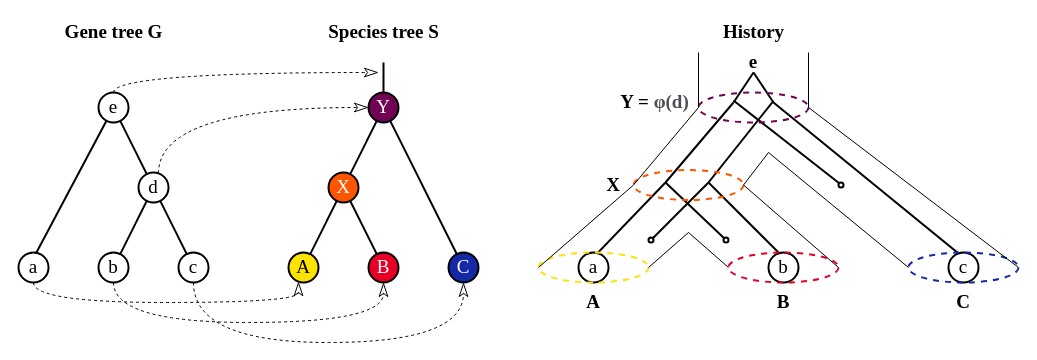
The draw.io diagram latex_diploma_thesis/figures/reconciliation.drawio in mihalova/diploma_thesis, before the edit. Source tidied: cells renumbered, new cells numbered last; positions are measured from the earlier drawing's top-left corner, leaving out a move shared by most shapes. Both pictures are drawn from the tidied source at 100%, with x=0, y=0 at pixel (18, 17).
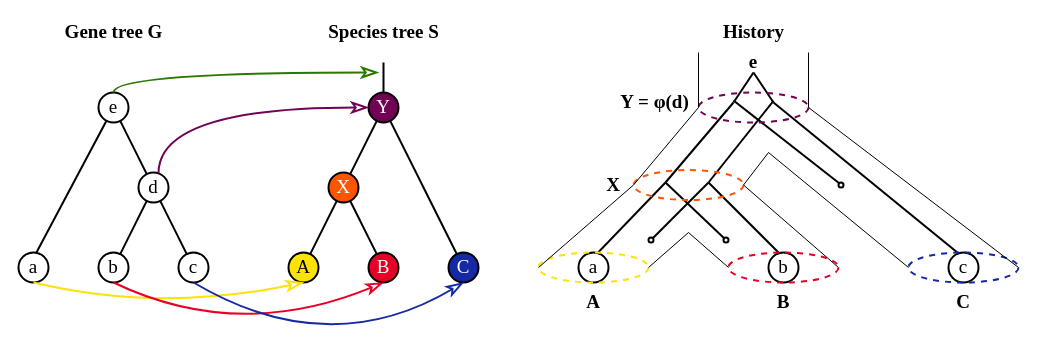
The same page after the edit.

The change refers to these unchanged cells:
```xml
<mxCell id="9" value="&lt;font style=&quot;font-size: 19px;&quot;&gt;a&lt;/font&gt;" style="ellipse;whiteSpace=wrap;html=1;strokeWidth=2;fontSize=19;fontFamily=Times New Roman;" parent="1" vertex="1">
  <mxGeometry y="235" width="30" height="30" as="geometry" />
</mxCell>
<mxCell id="10" value="&lt;font style=&quot;font-size: 19px;&quot;&gt;b&lt;/font&gt;" style="ellipse;whiteSpace=wrap;html=1;strokeWidth=2;fontSize=19;fontFamily=Times New Roman;" parent="1" vertex="1">
  <mxGeometry x="80" y="235" width="30" height="30" as="geometry" />
</mxCell>
<mxCell id="11" value="&lt;font style=&quot;font-size: 19px;&quot;&gt;c&lt;/font&gt;" style="ellipse;whiteSpace=wrap;html=1;strokeWidth=2;fontSize=19;fontFamily=Times New Roman;" parent="1" vertex="1">
  <mxGeometry x="160" y="235" width="30" height="30" as="geometry" />
</mxCell>
<mxCell id="12" value="&lt;font style=&quot;font-size: 19px;&quot;&gt;d&lt;/font&gt;" style="ellipse;whiteSpace=wrap;html=1;strokeWidth=2;fontSize=19;fontFamily=Times New Roman;" parent="1" vertex="1">
  <mxGeometry x="120" y="155" width="30" height="30" as="geometry" />
</mxCell>
<mxCell id="13" value="&lt;font style=&quot;font-size: 19px;&quot;&gt;e&lt;/font&gt;" style="ellipse;whiteSpace=wrap;html=1;strokeWidth=2;fontSize=19;fontFamily=Times New Roman;" parent="1" vertex="1">
  <mxGeometry x="80" y="75" width="30" height="30" as="geometry" />
</mxCell>
```

What changed in the source:
```diff
@@
-    <mxCell id="17" value="&lt;font style=&quot;font-size: 19px;&quot;&gt;A&lt;/font&gt;" style="ellipse;whiteSpace=wrap;html=1;strokeWidth=2;fillColor=#FCE205;strokeColor=#000000;fontColor=#000000;fontSize=19;fontFamily=Times New Roman;" parent="1" vertex="1">
+    <mxCell id="17" value="&lt;font style=&quot;font-size: 19px;&quot;&gt;A&lt;/font&gt;" style="ellipse;whiteSpace=wrap;html=1;strokeWidth=2;strokeColor=#000000;fontColor=#000000;fontSize=19;fontFamily=Times New Roman;fillColor=#FCE205;" parent="1" vertex="1">
       <mxGeometry x="270" y="235" width="30" height="30" as="geometry" />
     </mxCell>
-    <mxCell id="18" value="&lt;font style=&quot;font-size: 19px;&quot;&gt;B&lt;/font&gt;" style="ellipse;whiteSpace=wrap;html=1;strokeWidth=2;fillColor=#E60026;fontColor=#FFFFFF;fontSize=19;fontFamily=Times New Roman;" parent="1" vertex="1">
+    <mxCell id="18" value="&lt;font style=&quot;font-size: 19px;&quot;&gt;B&lt;/font&gt;" style="ellipse;whiteSpace=wrap;html=1;strokeWidth=2;fontColor=#FFFFFF;fontSize=19;fontFamily=Times New Roman;fillColor=#E60026;" parent="1" vertex="1">
       <mxGeometry x="350" y="235" width="30" height="30" as="geometry" />
     </mxCell>
-    <mxCell id="19" value="&lt;font style=&quot;font-size: 19px;&quot;&gt;C&lt;/font&gt;" style="ellipse;whiteSpace=wrap;html=1;strokeWidth=2;fillColor=#1529A4;fontColor=#FFFFFF;fontSize=19;fontFamily=Times New Roman;" parent="1" vertex="1">
+    <mxCell id="19" value="&lt;font style=&quot;font-size: 19px;&quot;&gt;C&lt;/font&gt;" style="ellipse;whiteSpace=wrap;html=1;strokeWidth=2;fontColor=#FFFFFF;fontSize=19;fontFamily=Times New Roman;fillColor=#1529A4;" parent="1" vertex="1">
       <mxGeometry x="430" y="235" width="30" height="30" as="geometry" />
     </mxCell>
@@
-    <mxCell id="21" value="&lt;font style=&quot;font-size: 19px;&quot;&gt;Y&lt;/font&gt;" style="ellipse;whiteSpace=wrap;html=1;strokeWidth=2;fillColor=#700353;fontColor=#FFFFFF;fontSize=19;fontFamily=Times New Roman;" parent="1" vertex="1">
+    <mxCell id="21" value="&lt;font style=&quot;font-size: 19px;&quot;&gt;Y&lt;/font&gt;" style="ellipse;whiteSpace=wrap;html=1;strokeWidth=2;fontColor=#FFFFFF;fontSize=19;fontFamily=Times New Roman;fillColor=#700353;" parent="1" vertex="1">
       <mxGeometry x="350" y="75" width="30" height="30" as="geometry" />
     </mxCell>
@@
-    <mxCell id="24" style="endArrow=classicThin;dashed=1;endFill=0;endSize=12;html=1;strokeWidth=1;edgeStyle=orthogonalEdgeStyle;sourcePerimeterSpacing=0;fontSize=19;curved=1;fontFamily=Times New Roman;" parent="1" edge="1" source="9" target="17">
+    <mxCell id="24" style="endArrow=classicThin;endFill=0;endSize=12;html=1;strokeWidth=2;sourcePerimeterSpacing=0;fontSize=19;fontFamily=Times New Roman;strokeColor=#FCE205;curved=1;exitX=0.5;exitY=1;exitDx=0;exitDy=0;entryX=0.5;entryY=1;entryDx=0;entryDy=0;" parent="1" edge="1" source="9" target="17">
       <mxGeometry relative="1" as="geometry">
         <Array as="points">
-          <mxPoint x="15" y="285" />
-          <mxPoint x="280" y="285" />
+          <mxPoint x="140" y="295" />
         </Array>
       </mxGeometry>
     </mxCell>
-    <mxCell id="25" style="endArrow=classicThin;dashed=1;endFill=0;endSize=12;html=1;strokeWidth=1;edgeStyle=orthogonalEdgeStyle;curved=1;sourcePerimeterSpacing=0;fontSize=19;fontFamily=Times New Roman;" parent="1" edge="1" source="10" target="18">
+    <mxCell id="25" style="endArrow=classicThin;endFill=0;endSize=12;html=1;strokeWidth=2;sourcePerimeterSpacing=0;fontSize=19;fontFamily=Times New Roman;strokeColor=#E60026;curved=1;exitX=0.5;exitY=1;exitDx=0;exitDy=0;entryX=0.5;entryY=1;entryDx=0;entryDy=0;" parent="1" edge="1" source="10" target="18">
       <mxGeometry relative="1" as="geometry">
         <Array as="points">
-          <mxPoint x="95" y="305" />
-          <mxPoint x="365" y="305" />
+          <mxPoint x="220" y="325" />
         </Array>
       </mxGeometry>
     </mxCell>
-    <mxCell id="26" style="endArrow=classicThin;dashed=1;endFill=0;endSize=12;html=1;strokeWidth=1;edgeStyle=orthogonalEdgeStyle;curved=1;sourcePerimeterSpacing=0;entryX=0.5;entryY=1;entryDx=0;entryDy=0;fontSize=19;fontFamily=Times New Roman;" parent="1" edge="1" source="11" target="19">
+    <mxCell id="26" style="endArrow=classicThin;endFill=0;endSize=12;html=1;strokeWidth=2;sourcePerimeterSpacing=0;entryX=0.5;entryY=1;entryDx=0;entryDy=0;fontSize=19;fontFamily=Times New Roman;strokeColor=#1529A4;curved=1;exitX=0.5;exitY=1;exitDx=0;exitDy=0;" parent="1" edge="1" source="11" target="19">
       <mxGeometry relative="1" as="geometry">
         <Array as="points">
-          <mxPoint x="175" y="325" />
-          <mxPoint x="445" y="325" />
+          <mxPoint x="310" y="345" />
         </Array>
       </mxGeometry>
     </mxCell>
-    <mxCell id="27" style="endArrow=classicThin;dashed=1;endFill=0;endSize=12;html=1;strokeWidth=1;edgeStyle=orthogonalEdgeStyle;curved=1;sourcePerimeterSpacing=0;fontSize=19;fontFamily=Times New Roman;" parent="1" edge="1" source="12" target="21">
+    <mxCell id="27" style="endArrow=classicThin;endFill=0;endSize=12;html=1;strokeWidth=2;edgeStyle=orthogonalEdgeStyle;curved=1;sourcePerimeterSpacing=0;fontSize=19;fontFamily=Times New Roman;strokeColor=#700353;" parent="1" edge="1" source="12" target="21">
       <mxGeometry relative="1" as="geometry">
         <Array as="points">
           <mxPoint x="140" y="90" />
         </Array>
       </mxGeometry>
     </mxCell>
-    <mxCell id="28" style="endArrow=classicThin;dashed=1;endFill=0;endSize=12;html=1;strokeWidth=1;edgeStyle=orthogonalEdgeStyle;curved=1;sourcePerimeterSpacing=0;fontSize=19;fontFamily=Times New Roman;" parent="1" edge="1" source="13">
+    <mxCell id="28" style="endArrow=classicThin;endFill=0;endSize=12;html=1;strokeWidth=2;edgeStyle=orthogonalEdgeStyle;curved=1;sourcePerimeterSpacing=0;fontSize=19;fontFamily=Times New Roman;fillColor=#60a917;strokeColor=#2D7600;" parent="1" edge="1" source="13">
       <mxGeometry relative="1" as="geometry">
         <mxPoint x="360" y="55" as="targetPoint" />
         <Array as="points">
           <mxPoint x="95" y="55" />
         </Array>
       </mxGeometry>
     </mxCell>
@@
-    <mxCell id="58" value="&lt;b style=&quot;font-size: 19px;&quot;&gt;&lt;font style=&quot;font-size: 19px;&quot;&gt;Y =&amp;nbsp;&lt;/font&gt;&lt;span style=&quot;color: rgb(77, 81, 86); font-size: 19px; text-align: left; background-color: rgb(255, 255, 255);&quot;&gt;&lt;font style=&quot;font-size: 19px;&quot;&gt;φ(d)&lt;/font&gt;&lt;/span&gt;&lt;/b&gt;&lt;font style=&quot;font-size: 19px;&quot;&gt;&lt;b style=&quot;font-size: 19px;&quot;&gt;&lt;br style=&quot;font-size: 19px;&quot;&gt;&lt;/b&gt;&lt;/font&gt;" style="text;html=1;strokeColor=none;fillColor=none;align=center;verticalAlign=middle;whiteSpace=wrap;rounded=0;fontSize=19;fontFamily=Times New Roman;" parent="1" vertex="1">
+    <mxCell id="58" value="&lt;b style=&quot;font-size: 19px&quot;&gt;&lt;font style=&quot;font-size: 19px&quot;&gt;Y =&amp;nbsp;&lt;/font&gt;&lt;span style=&quot;font-size: 19px ; text-align: left ; background-color: rgb(255 , 255 , 255)&quot;&gt;&lt;font style=&quot;font-size: 19px&quot;&gt;φ(d)&lt;/font&gt;&lt;/span&gt;&lt;/b&gt;&lt;font style=&quot;font-size: 19px&quot;&gt;&lt;b style=&quot;font-size: 19px&quot;&gt;&lt;br style=&quot;font-size: 19px&quot;&gt;&lt;/b&gt;&lt;/font&gt;" style="text;html=1;strokeColor=none;fillColor=none;align=center;verticalAlign=middle;whiteSpace=wrap;rounded=0;fontSize=19;fontFamily=Times New Roman;" parent="1" vertex="1">
       <mxGeometry x="600" y="70" width="72.5" height="30" as="geometry" />
     </mxCell>
```
